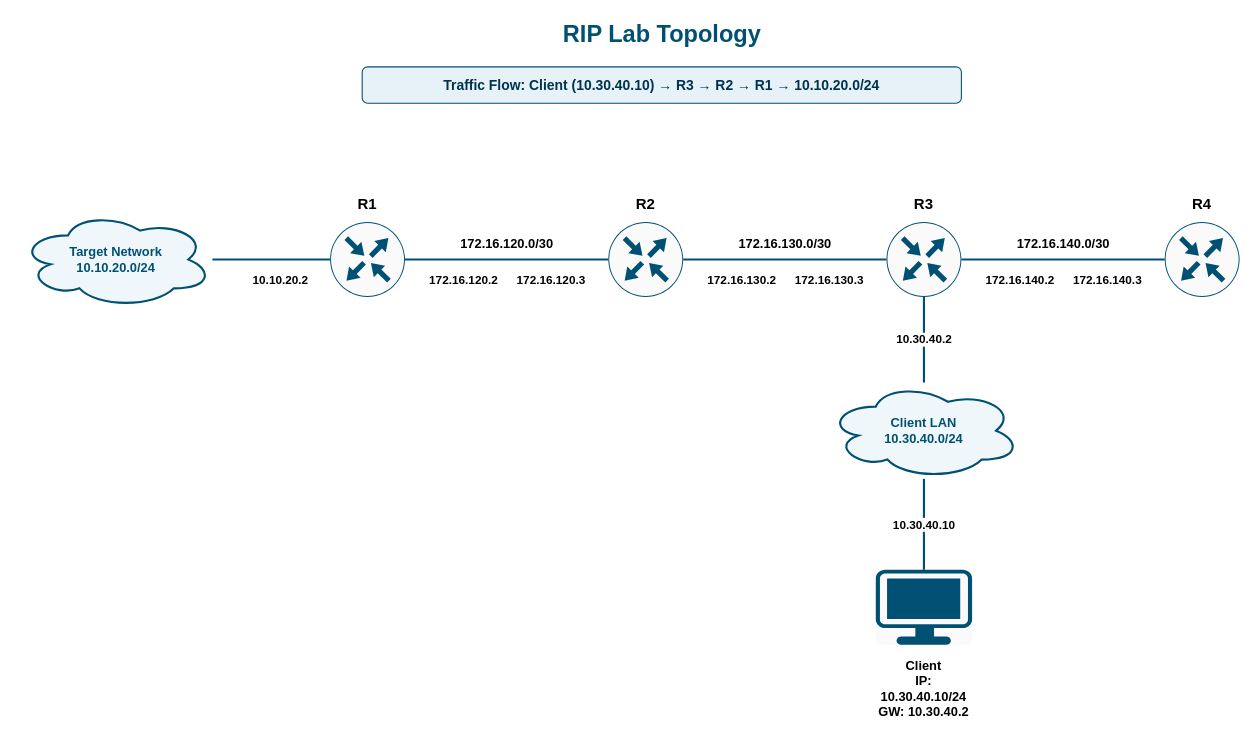
This is documents/topology.drawio from Torres08/rip-security-lab, a draw.io file, before an edit. Source tidied: cells renumbered, new cells numbered last; positions are measured from the earlier drawing's top-left corner, leaving out a move shared by most shapes. Both pictures are drawn from the tidied source at 107%, with x=0, y=0 at pixel (19, 18).
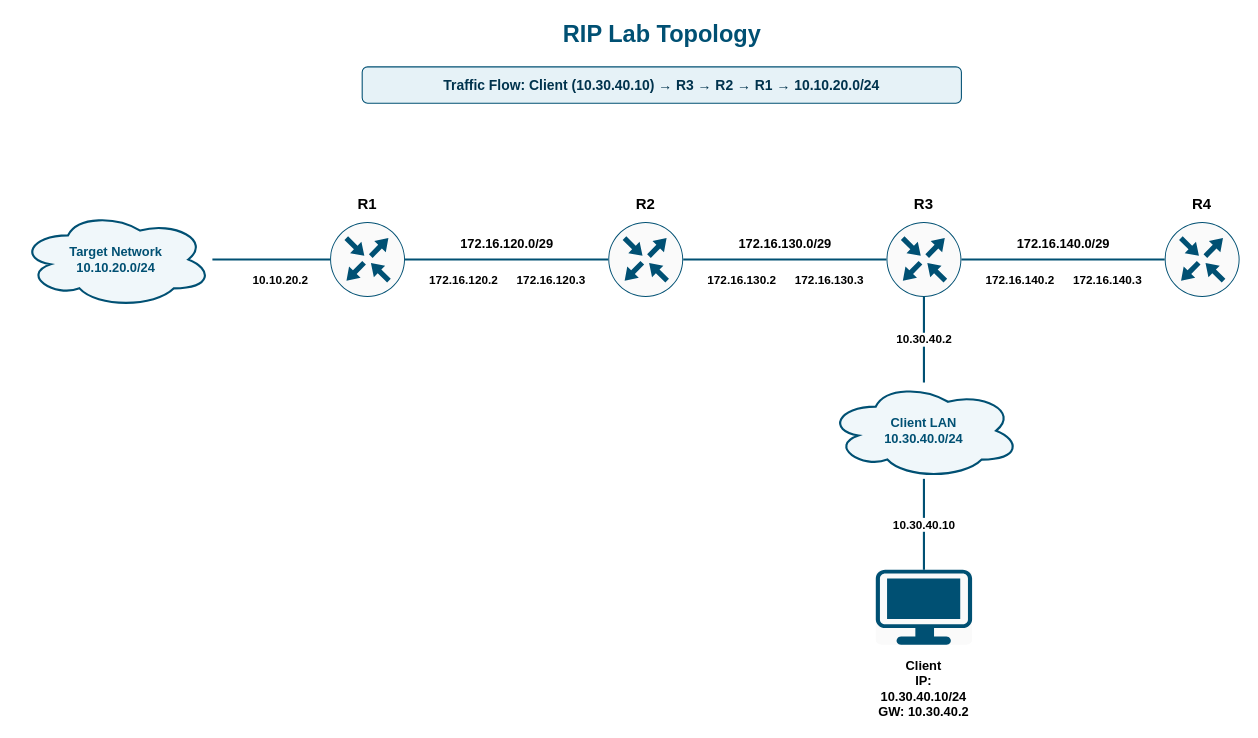
Above is the later version.

Unchanged cells that the change refers to:
```xml
<mxCell id="5" value="R1" style="shape=mxgraph.cisco19.rect;prIcon=router;fillColor=#FAFAFA;strokeColor=#005073;html=1;whiteSpace=wrap;verticalLabelPosition=top;labelPosition=center;verticalAlign=bottom;align=center;fontSize=14;fontStyle=1;spacingBottom=6;" parent="1" vertex="1">
  <mxGeometry x="290" y="190" width="70" height="70" as="geometry" />
</mxCell>
<mxCell id="6" value="R2" style="shape=mxgraph.cisco19.rect;prIcon=router;fillColor=#FAFAFA;strokeColor=#005073;html=1;whiteSpace=wrap;verticalLabelPosition=top;labelPosition=center;verticalAlign=bottom;align=center;fontSize=14;fontStyle=1;spacingBottom=6;" parent="1" vertex="1">
  <mxGeometry x="550" y="190" width="70" height="70" as="geometry" />
</mxCell>
<mxCell id="7" value="R3" style="shape=mxgraph.cisco19.rect;prIcon=router;fillColor=#FAFAFA;strokeColor=#005073;html=1;whiteSpace=wrap;verticalLabelPosition=top;labelPosition=center;verticalAlign=bottom;align=center;fontSize=14;fontStyle=1;spacingBottom=6;" parent="1" vertex="1">
  <mxGeometry x="810" y="190" width="70" height="70" as="geometry" />
</mxCell>
<mxCell id="8" value="R4" style="shape=mxgraph.cisco19.rect;prIcon=router;fillColor=#FAFAFA;strokeColor=#005073;html=1;whiteSpace=wrap;verticalLabelPosition=top;labelPosition=center;verticalAlign=bottom;align=center;fontSize=14;fontStyle=1;spacingBottom=6;" parent="1" vertex="1">
  <mxGeometry x="1070" y="190" width="70" height="70" as="geometry" />
</mxCell>
```

Change to the diagram source:
```diff
@@
-<mxGraphModel>
+<mxGraphModel background="light-dark(#FFFFFF,#121212)">
@@
-    <mxCell id="13" value="172.16.120.0/30" style="endArrow=none;html=1;strokeColor=#005073;strokeWidth=2;fontSize=12;fontStyle=1;labelBackgroundColor=#ffffff;" parent="1" edge="1" source="5" target="6">
+    <mxCell id="13" value="172.16.120.0/29" style="endArrow=none;html=1;strokeColor=#005073;strokeWidth=2;fontSize=12;fontStyle=1;labelBackgroundColor=#ffffff;" parent="1" edge="1" source="5" target="6">
       <mxGeometry y="14" relative="1" as="geometry" />
     </mxCell>
@@
-    <mxCell id="16" value="172.16.130.0/30" style="endArrow=none;html=1;strokeColor=#005073;strokeWidth=2;fontSize=12;fontStyle=1;labelBackgroundColor=#ffffff;" parent="1" edge="1" source="6" target="7">
+    <mxCell id="16" value="172.16.130.0/29" style="endArrow=none;html=1;strokeColor=#005073;strokeWidth=2;fontSize=12;fontStyle=1;labelBackgroundColor=#ffffff;" parent="1" edge="1" source="6" target="7">
       <mxGeometry y="14" relative="1" as="geometry" />
     </mxCell>
@@
-    <mxCell id="19" value="172.16.140.0/30" style="endArrow=none;html=1;strokeColor=#005073;strokeWidth=2;fontSize=12;fontStyle=1;labelBackgroundColor=#ffffff;" parent="1" edge="1" source="7" target="8">
+    <mxCell id="19" value="172.16.140.0/29" style="endArrow=none;html=1;strokeColor=#005073;strokeWidth=2;fontSize=12;fontStyle=1;labelBackgroundColor=#ffffff;" parent="1" edge="1" source="7" target="8">
       <mxGeometry y="14" relative="1" as="geometry" />
     </mxCell>
```
